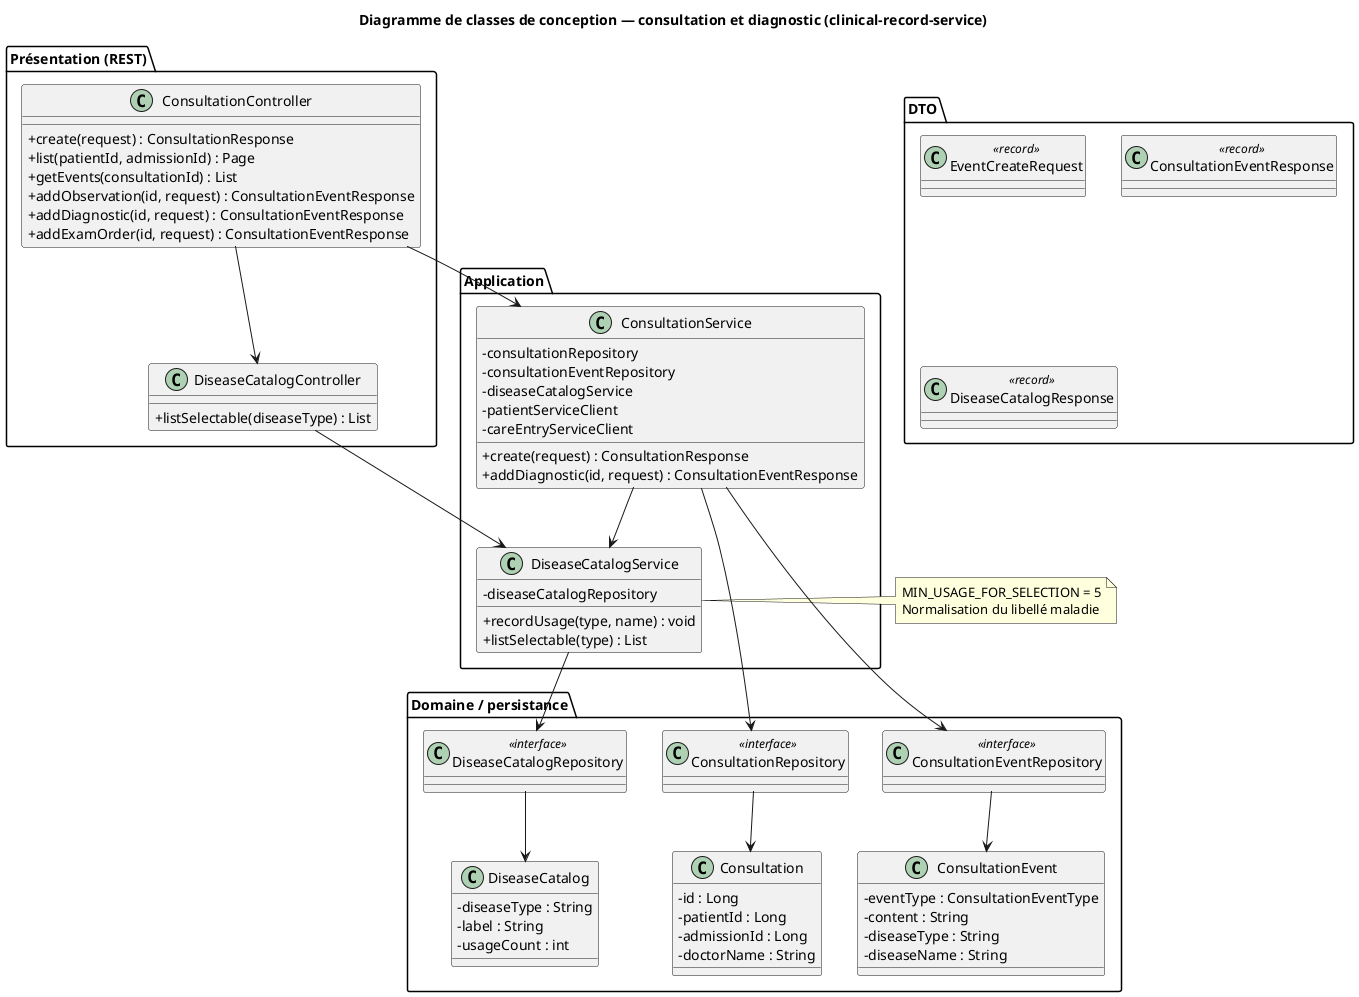
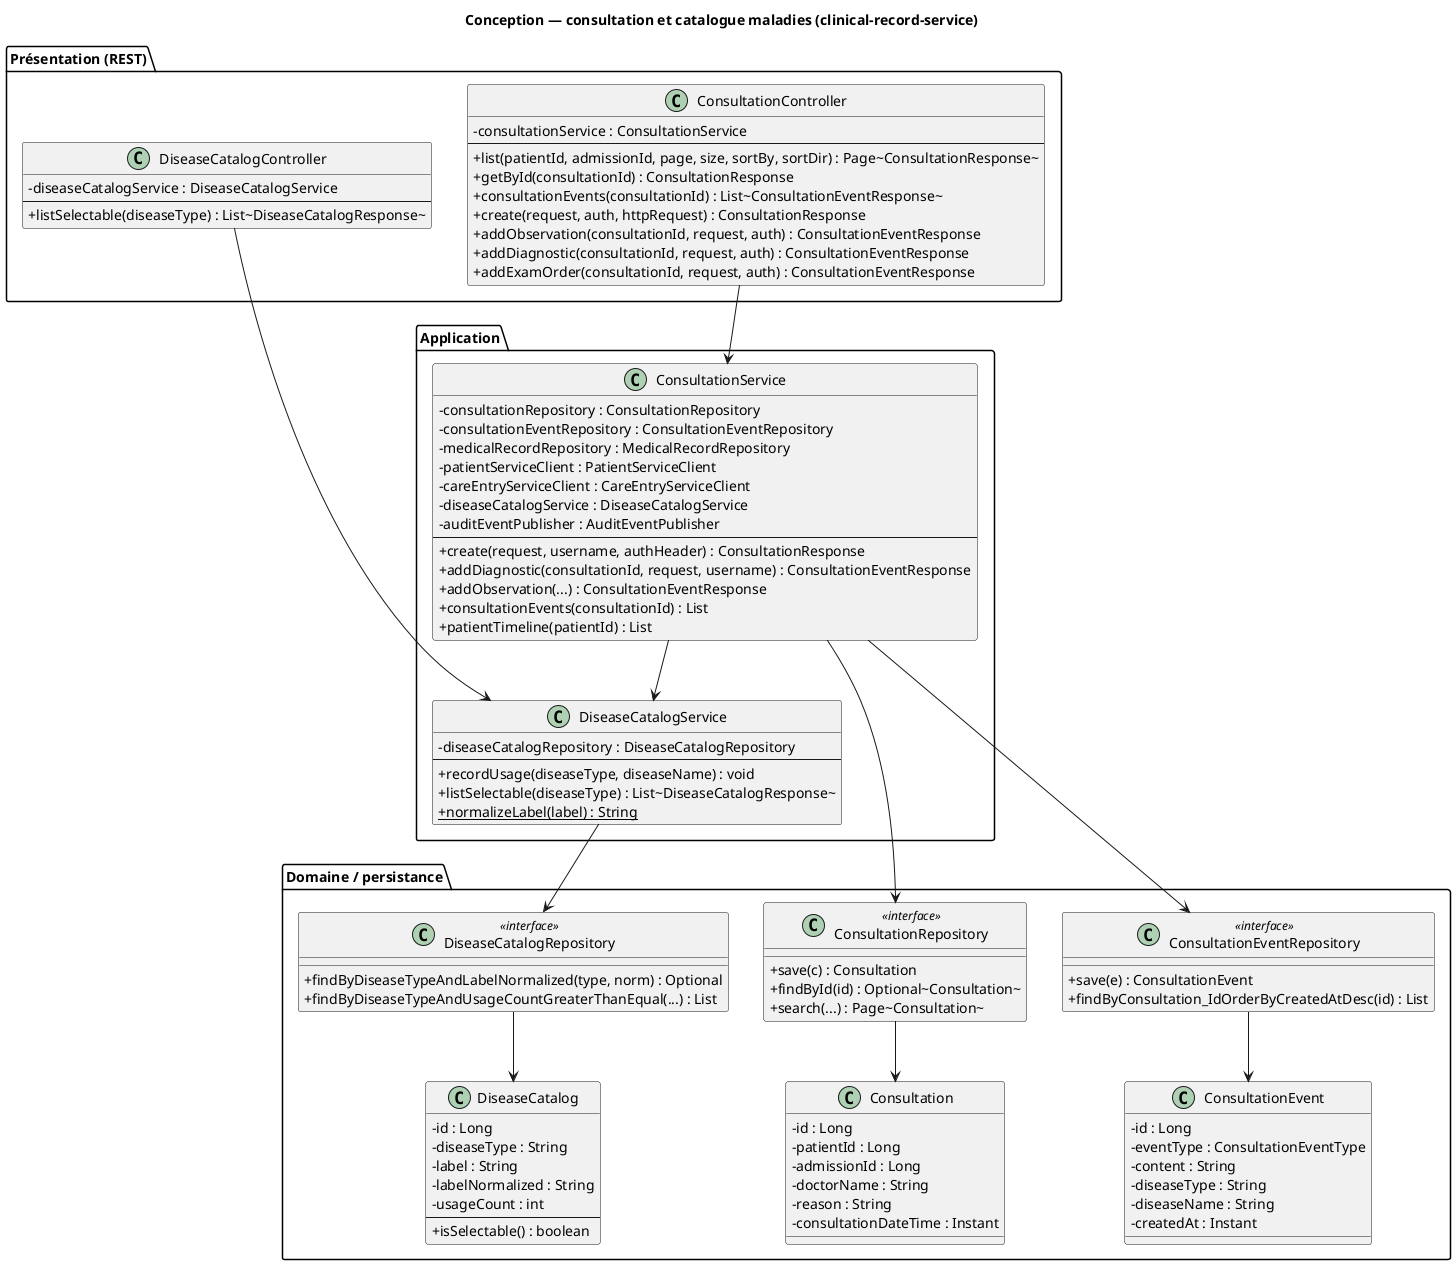
@startuml CONCEPTION_CONSULTATION_AFYA
- title "Diagramme de classes de conception — consultation et diagnostic (clinical-record-service)"
+ title "Conception — consultation et catalogue maladies (clinical-record-service)"
skinparam classAttributeIconSize 0

package "Présentation (REST)" {
  class ConsultationController {
-     + create(request) : ConsultationResponse
-     + list(patientId, admissionId) : Page
-     + getEvents(consultationId) : List
-     + addObservation(id, request) : ConsultationEventResponse
-     + addDiagnostic(id, request) : ConsultationEventResponse
-     + addExamOrder(id, request) : ConsultationEventResponse
+     - consultationService : ConsultationService
+     --
+     + list(patientId, admissionId, page, size, sortBy, sortDir) : Page~ConsultationResponse~
+     + getById(consultationId) : ConsultationResponse
+     + consultationEvents(consultationId) : List~ConsultationEventResponse~
+     + create(request, auth, httpRequest) : ConsultationResponse
+     + addObservation(consultationId, request, auth) : ConsultationEventResponse
+     + addDiagnostic(consultationId, request, auth) : ConsultationEventResponse
+     + addExamOrder(consultationId, request, auth) : ConsultationEventResponse
  }
  class DiseaseCatalogController {
-     + listSelectable(diseaseType) : List
+     - diseaseCatalogService : DiseaseCatalogService
+     --
+     + listSelectable(diseaseType) : List~DiseaseCatalogResponse~
  }
}

package "Application" {
  class ConsultationService {
-     - consultationRepository
-     - consultationEventRepository
-     - diseaseCatalogService
-     - patientServiceClient
-     - careEntryServiceClient
-     + create(request) : ConsultationResponse
-     + addDiagnostic(id, request) : ConsultationEventResponse
+     - consultationRepository : ConsultationRepository
+     - consultationEventRepository : ConsultationEventRepository
+     - medicalRecordRepository : MedicalRecordRepository
+     - patientServiceClient : PatientServiceClient
+     - careEntryServiceClient : CareEntryServiceClient
+     - diseaseCatalogService : DiseaseCatalogService
+     - auditEventPublisher : AuditEventPublisher
+     --
+     + create(request, username, authHeader) : ConsultationResponse
+     + addDiagnostic(consultationId, request, username) : ConsultationEventResponse
+     + addObservation(...) : ConsultationEventResponse
+     + consultationEvents(consultationId) : List
+     + patientTimeline(patientId) : List
  }
  class DiseaseCatalogService {
-     - diseaseCatalogRepository
-     + recordUsage(type, name) : void
-     + listSelectable(type) : List
+     - diseaseCatalogRepository : DiseaseCatalogRepository
+     --
+     + recordUsage(diseaseType, diseaseName) : void
+     + listSelectable(diseaseType) : List~DiseaseCatalogResponse~
+     + {static} normalizeLabel(label) : String
  }
}

package "Domaine / persistance" {
-   class ConsultationRepository <<interface>>
-   class ConsultationEventRepository <<interface>>
-   class DiseaseCatalogRepository <<interface>>
+   class ConsultationRepository <<interface>> {
+     + save(c) : Consultation
+     + findById(id) : Optional~Consultation~
+     + search(...) : Page~Consultation~
+   }
+   class ConsultationEventRepository <<interface>> {
+     + save(e) : ConsultationEvent
+     + findByConsultation_IdOrderByCreatedAtDesc(id) : List
+   }
+   class DiseaseCatalogRepository <<interface>> {
+     + findByDiseaseTypeAndLabelNormalized(type, norm) : Optional
+     + findByDiseaseTypeAndUsageCountGreaterThanEqual(...) : List
+   }
  class Consultation {
    - id : Long
    - patientId : Long
    - admissionId : Long
    - doctorName : String
+     - reason : String
+     - consultationDateTime : Instant
  }
  class ConsultationEvent {
+     - id : Long
    - eventType : ConsultationEventType
    - content : String
    - diseaseType : String
    - diseaseName : String
+     - createdAt : Instant
  }
  class DiseaseCatalog {
+     - id : Long
    - diseaseType : String
    - label : String
+     - labelNormalized : String
    - usageCount : int
+     --
+     + isSelectable() : boolean
  }
}

- package "DTO" {
-   class EventCreateRequest <<record>>
-   class ConsultationEventResponse <<record>>
-   class DiseaseCatalogResponse <<record>>
- }
- 
ConsultationController --> ConsultationService
- ConsultationController --> DiseaseCatalogController
DiseaseCatalogController --> DiseaseCatalogService
ConsultationService --> ConsultationRepository
ConsultationService --> ConsultationEventRepository
ConsultationService --> DiseaseCatalogService
DiseaseCatalogService --> DiseaseCatalogRepository
ConsultationRepository --> Consultation
ConsultationEventRepository --> ConsultationEvent
DiseaseCatalogRepository --> DiseaseCatalog

- note right of DiseaseCatalogService
-   MIN_USAGE_FOR_SELECTION = 5
-   Normalisation du libellé maladie
- end note
- 
@enduml
